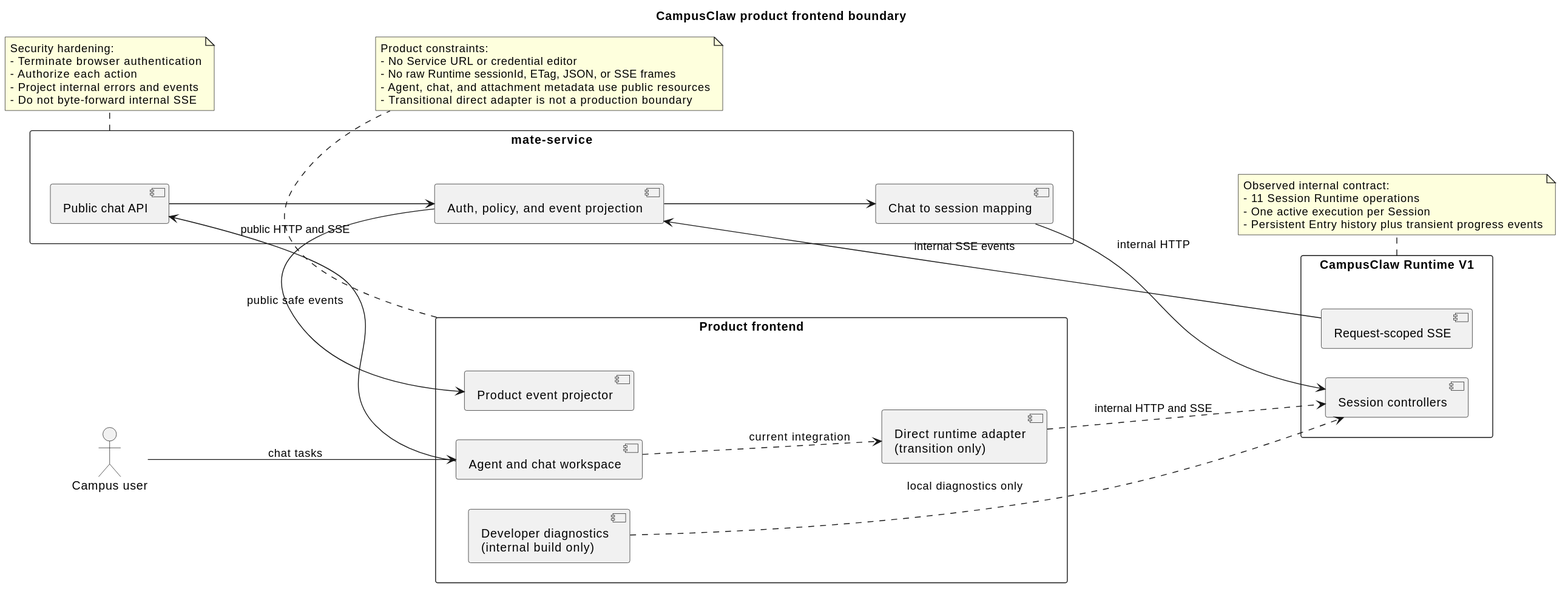
The PlantUML diagram docs/designs/campusclaw-frontend/frontend_product_boundary.svg in 2862282695gjh-afk/pi-mono-java, before a commit.
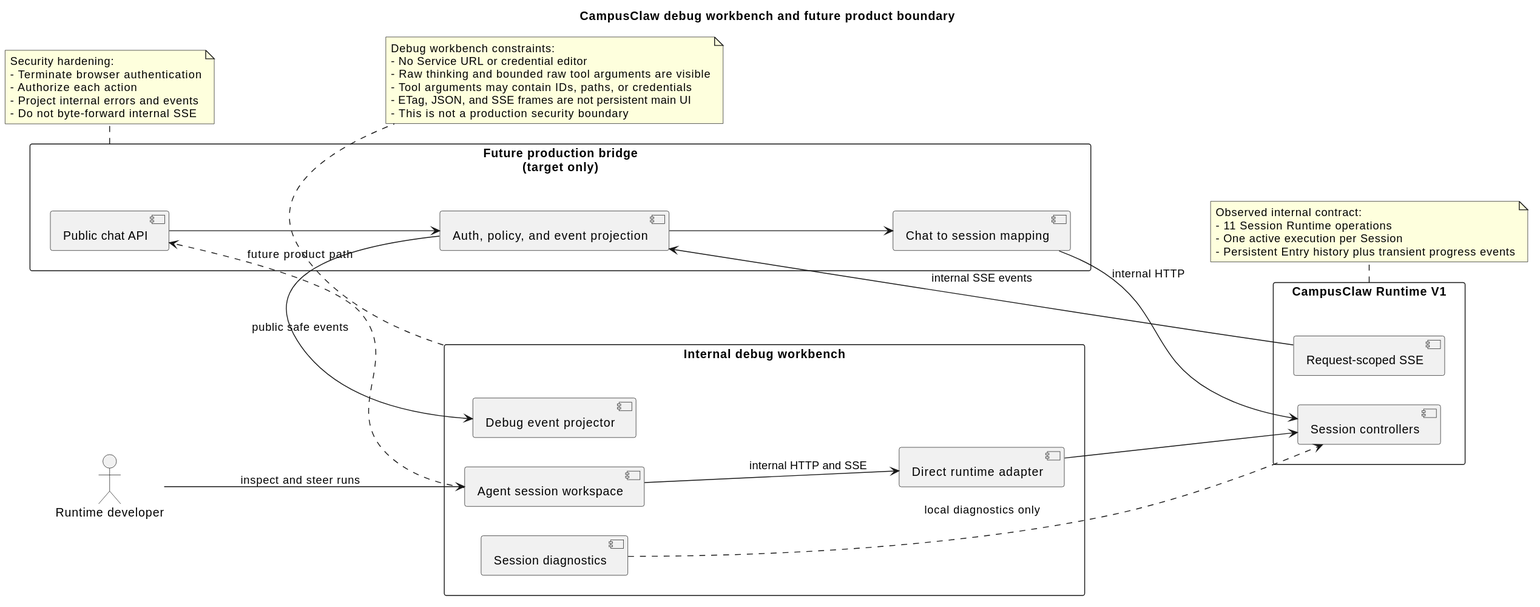
The same diagram one commit later.

The edit, as a diff of the source:
```diff
@@ -1,17 +1,17 @@
 @startuml
 
-title CampusClaw product frontend boundary
+title CampusClaw debug workbench and future product boundary
 left to right direction
 
-actor "Campus user" as User
-rectangle "Product frontend" as Frontend {
-  component "Agent and chat workspace" as Workspace
-  component "Product event projector" as Projector
-  component "Direct runtime adapter\n(transition only)" as DirectAdapter
-  component "Developer diagnostics\n(internal build only)" as Diagnostics
+actor "Runtime developer" as Developer
+rectangle "Internal debug workbench" as Frontend {
+  component "Agent session workspace" as Workspace
+  component "Debug event projector" as Projector
+  component "Direct runtime adapter" as DirectAdapter
+  component "Session diagnostics" as Diagnostics
 }
 
-rectangle "mate-service" as Mate {
+rectangle "Future production bridge\n(target only)" as Mate {
   component "Public chat API" as PublicApi
   component "Chat to session mapping" as Mapping
   component "Auth, policy, and event projection" as Policy
@@ -22,23 +22,24 @@
   component "Request-scoped SSE" as Stream
 }
 
-User --> Workspace : chat tasks
-Workspace --> PublicApi : public HTTP and SSE
+Developer --> Workspace : inspect and steer runs
+Workspace --> DirectAdapter : internal HTTP and SSE
+DirectAdapter --> Sessions
+Workspace ..> PublicApi : future product path
 PublicApi --> Policy
 Policy --> Mapping
 Mapping --> Sessions : internal HTTP
 Stream --> Policy : internal SSE events
 Policy --> Projector : public safe events
-Workspace ..> DirectAdapter : current integration
-DirectAdapter ..> Sessions : internal HTTP and SSE
 Diagnostics ..> Sessions : local diagnostics only
 
 note bottom of Frontend
-Product constraints:
+Debug workbench constraints:
 - No Service URL or credential editor
-- No raw Runtime sessionId, ETag, JSON, or SSE frames
-- Agent, chat, and attachment metadata use public resources
-- Transitional direct adapter is not a production boundary
+- Raw thinking and bounded raw tool arguments are visible
+- Tool arguments may contain IDs, paths, or credentials
+- ETag, JSON, and SSE frames are not persistent main UI
+- This is not a production security boundary
 end note
 
 note bottom of Mate
```
